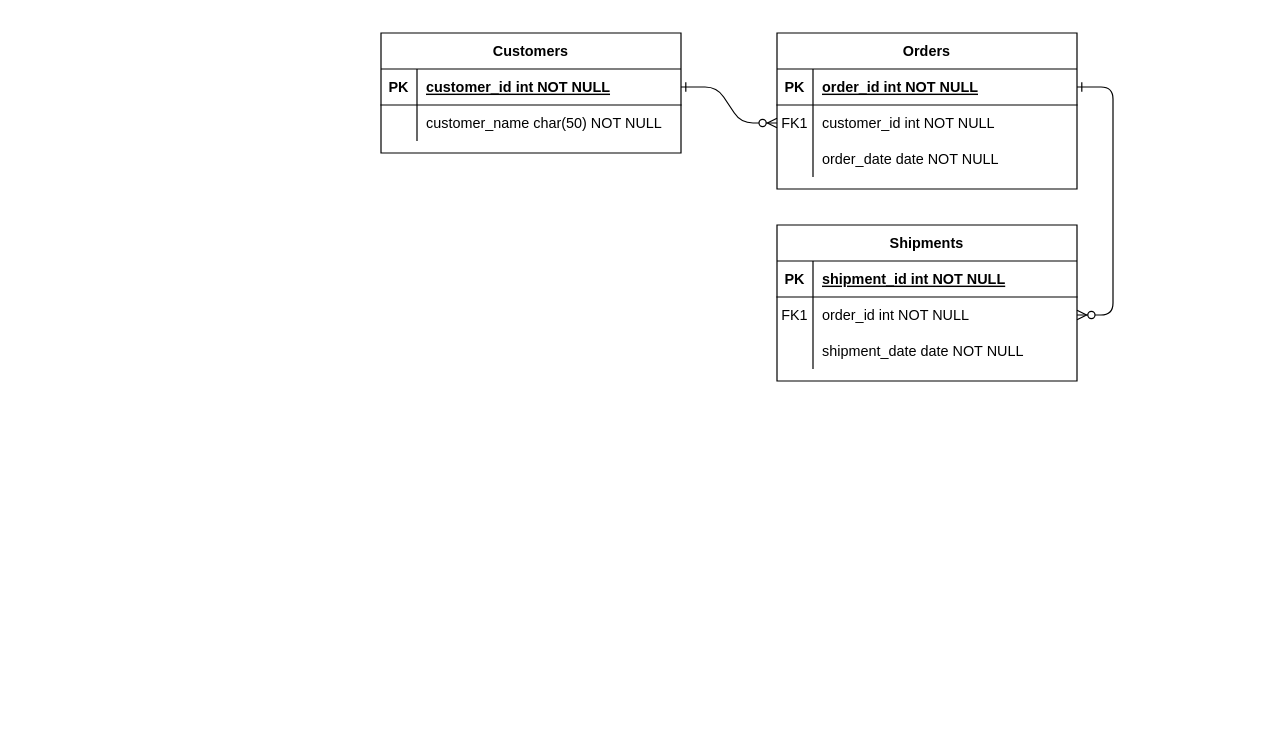
Before: assets/Untitled Diagram.drawio in JotaLopezNavas/Tarea-5-Clon, a draw.io diagram. Source tidied: cells renumbered, new cells numbered last; positions are measured from the earlier drawing's top-left corner, leaving out a move shared by most shapes. Both pictures are drawn from the tidied source at 120%, with x=0, y=0 at pixel (380, 32).
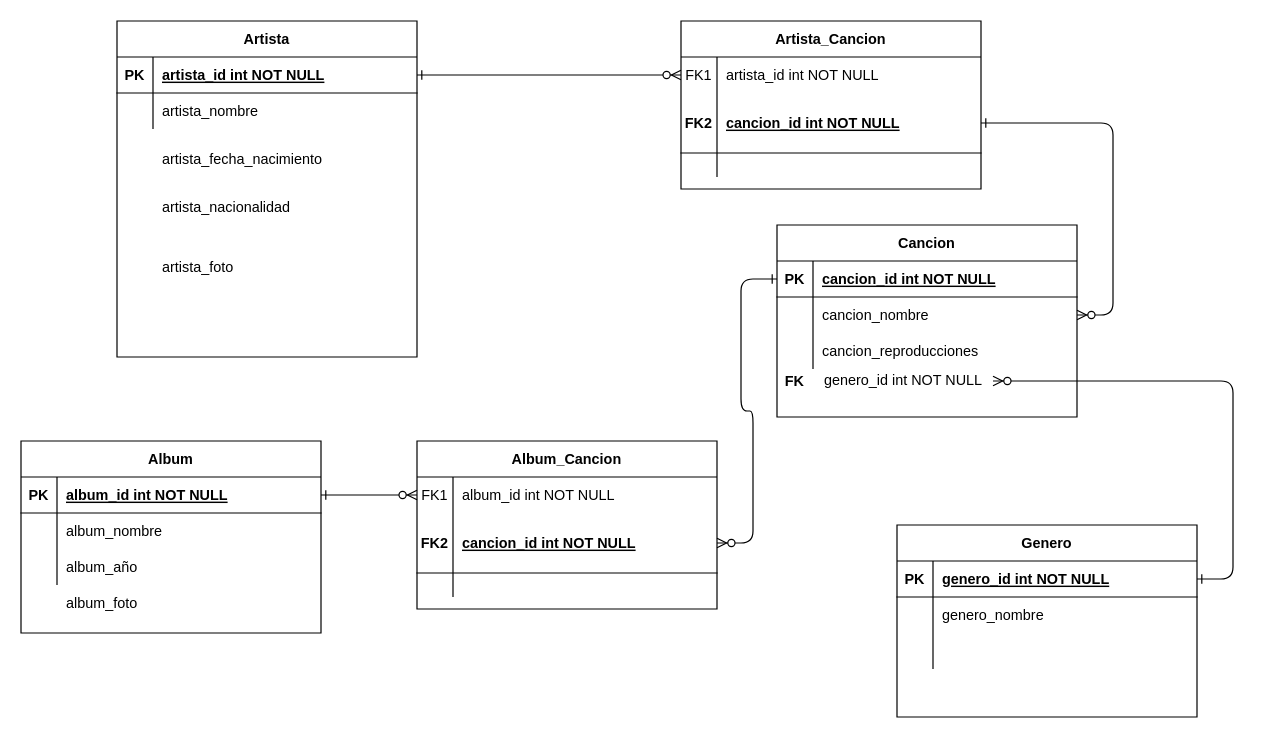
The same diagram, later.

The change refers to these unchanged cells:
```xml
<mxCell id="15" style="shape=partialRectangle;fillColor=none;points=[[0,0.5],[1,0.5]];portConstraint=eastwest;top=0;left=0;right=0;bottom=1;" parent="14" vertex="1">
  <mxGeometry y="30" width="250" height="30" as="geometry" />
</mxCell>
<mxCell id="18" style="shape=partialRectangle;fillColor=none;points=[[0,0.5],[1,0.5]];portConstraint=eastwest;top=0;left=0;right=0;bottom=0;" parent="14" vertex="1">
  <mxGeometry y="60" width="250" height="30" as="geometry" />
</mxCell>
<mxCell id="21" style="shape=partialRectangle;fillColor=none;top=0;left=0;right=0;bottom=0;" parent="14" vertex="1">
  <mxGeometry y="90" width="250" height="30" as="geometry" />
</mxCell>
<mxCell id="25" style="shape=partialRectangle;fillColor=none;points=[[0,0.5],[1,0.5]];portConstraint=eastwest;top=0;left=0;right=0;bottom=1;" parent="24" vertex="1">
  <mxGeometry y="30" width="250" height="30" as="geometry" />
</mxCell>
<mxCell id="28" style="shape=partialRectangle;fillColor=none;top=0;left=0;right=0;bottom=0;" parent="24" vertex="1">
  <mxGeometry y="60" width="250" height="30" as="geometry" />
</mxCell>
```

Diff of the diagram source:
```diff
@@
-    <mxCell id="4" value="Orders" style="shape=table;startSize=30;childLayout=tableLayout;rowLines=0;fontStyle=1;align=center;" parent="1" vertex="1">
-      <mxGeometry x="330" width="250" height="130" as="geometry" />
+    <mxCell id="4" value="Artista_Cancion" style="shape=table;startSize=30;childLayout=tableLayout;rowLines=0;fontStyle=1;align=center;" parent="1" vertex="1">
+      <mxGeometry x="250" y="-10" width="250" height="140" as="geometry" />
     </mxCell>
+    <mxCell id="8" style="shape=partialRectangle;fillColor=none;points=[[0,0.5],[1,0.5]];portConstraint=eastwest;top=0;left=0;right=0;bottom=0;" parent="4" vertex="1">
+      <mxGeometry y="30" width="250" height="30" as="geometry" />
+    </mxCell>
+    <mxCell id="9" value="FK1" style="shape=partialRectangle;overflow=hidden;fillColor=none;top=0;left=0;bottom=0;right=0;" parent="8" vertex="1">
+      <mxGeometry width="30" height="30" as="geometry" />
+    </mxCell>
+    <mxCell id="10" value="artista_id int NOT NULL" style="shape=partialRectangle;overflow=hidden;fillColor=none;top=0;left=0;bottom=0;right=0;align=left;spacingLeft=6;" parent="8" vertex="1">
+      <mxGeometry x="30" width="220" height="30" as="geometry" />
+    </mxCell>
     <mxCell id="5" style="shape=partialRectangle;fillColor=none;points=[[0,0.5],[1,0.5]];portConstraint=eastwest;top=0;left=0;right=0;bottom=1;" parent="4" vertex="1">
-      <mxGeometry y="30" width="250" height="30" as="geometry" />
+      <mxGeometry y="60" width="250" height="50" as="geometry" />
     </mxCell>
-    <mxCell id="6" value="PK" style="shape=partialRectangle;overflow=hidden;fillColor=none;top=0;left=0;bottom=0;right=0;fontStyle=1;" parent="5" vertex="1">
-      <mxGeometry width="30" height="30" as="geometry" />
+    <mxCell id="6" value="FK2" style="shape=partialRectangle;overflow=hidden;fillColor=none;top=0;left=0;bottom=0;right=0;fontStyle=1;" parent="5" vertex="1">
+      <mxGeometry width="30" height="50" as="geometry" />
     </mxCell>
-    <mxCell id="7" value="order_id int NOT NULL " style="shape=partialRectangle;overflow=hidden;fillColor=none;top=0;left=0;bottom=0;right=0;align=left;spacingLeft=6;fontStyle=5;" parent="5" vertex="1">
-      <mxGeometry x="30" width="220" height="30" as="geometry" />
+    <mxCell id="7" value="cancion_id int NOT NULL" style="shape=partialRectangle;overflow=hidden;fillColor=none;top=0;left=0;bottom=0;right=0;align=left;spacingLeft=6;fontStyle=5;" parent="5" vertex="1">
+      <mxGeometry x="30" width="220" height="50" as="geometry" />
     </mxCell>
-    <mxCell id="8" style="shape=partialRectangle;fillColor=none;points=[[0,0.5],[1,0.5]];portConstraint=eastwest;top=0;left=0;right=0;bottom=0;" parent="4" vertex="1">
-      <mxGeometry y="60" width="250" height="30" as="geometry" />
-    </mxCell>
-    <mxCell id="9" value="FK1" style="shape=partialRectangle;overflow=hidden;fillColor=none;top=0;left=0;bottom=0;right=0;" parent="8" vertex="1">
-      <mxGeometry width="30" height="30" as="geometry" />
-    </mxCell>
-    <mxCell id="10" value="customer_id int NOT NULL" style="shape=partialRectangle;overflow=hidden;fillColor=none;top=0;left=0;bottom=0;right=0;align=left;spacingLeft=6;" parent="8" vertex="1">
-      <mxGeometry x="30" width="220" height="30" as="geometry" />
-    </mxCell>
     <mxCell id="11" style="shape=partialRectangle;fillColor=none;top=0;left=0;right=0;bottom=0;" parent="4" vertex="1">
-      <mxGeometry y="90" width="250" height="30" as="geometry" />
+      <mxGeometry y="110" width="250" height="20" as="geometry" />
     </mxCell>
     <mxCell id="12" style="shape=partialRectangle;overflow=hidden;fillColor=none;top=0;left=0;bottom=0;right=0;" parent="11" vertex="1">
-      <mxGeometry width="30" height="30" as="geometry" />
+      <mxGeometry width="30" height="20" as="geometry" />
     </mxCell>
-    <mxCell id="13" value="order_date date NOT NULL" style="shape=partialRectangle;overflow=hidden;fillColor=none;top=0;left=0;bottom=0;right=0;align=left;spacingLeft=6;" parent="11" vertex="1">
-      <mxGeometry x="30" width="220" height="30" as="geometry" />
+    <mxCell id="13" style="shape=partialRectangle;overflow=hidden;fillColor=none;top=0;left=0;bottom=0;right=0;align=left;spacingLeft=6;" parent="11" vertex="1">
+      <mxGeometry x="30" width="220" height="20" as="geometry" />
     </mxCell>
-    <mxCell id="14" value="Shipments" style="shape=table;startSize=30;childLayout=tableLayout;rowLines=0;fontStyle=1;align=center;" parent="1" vertex="1">
-      <mxGeometry x="330" y="160" width="250" height="130" as="geometry" />
+    <mxCell id="14" value="Cancion" style="shape=table;startSize=30;childLayout=tableLayout;rowLines=0;fontStyle=1;align=center;" parent="1" vertex="1">
+      <mxGeometry x="330" y="160" width="250" height="160" as="geometry" />
     </mxCell>
@@
-    <mxCell id="17" value="shipment_id int NOT NULL " style="shape=partialRectangle;overflow=hidden;fillColor=none;top=0;left=0;bottom=0;right=0;align=left;spacingLeft=6;fontStyle=5;" parent="15" vertex="1">
+    <mxCell id="17" value="cancion_id int NOT NULL " style="shape=partialRectangle;overflow=hidden;fillColor=none;top=0;left=0;bottom=0;right=0;align=left;spacingLeft=6;fontStyle=5;" parent="15" vertex="1">
       <mxGeometry x="30" width="220" height="30" as="geometry" />
     </mxCell>
@@
-    <mxCell id="19" value="FK1" style="shape=partialRectangle;overflow=hidden;fillColor=none;top=0;left=0;bottom=0;right=0;" parent="18" vertex="1">
+    <mxCell id="19" style="shape=partialRectangle;overflow=hidden;fillColor=none;top=0;left=0;bottom=0;right=0;" parent="18" vertex="1">
       <mxGeometry width="30" height="30" as="geometry" />
     </mxCell>
-    <mxCell id="20" value="order_id int NOT NULL" style="shape=partialRectangle;overflow=hidden;fillColor=none;top=0;left=0;bottom=0;right=0;align=left;spacingLeft=6;" parent="18" vertex="1">
+    <mxCell id="20" value="cancion_nombre " style="shape=partialRectangle;overflow=hidden;fillColor=none;top=0;left=0;bottom=0;right=0;align=left;spacingLeft=6;" parent="18" vertex="1">
       <mxGeometry x="30" width="220" height="30" as="geometry" />
     </mxCell>
@@
-    <mxCell id="23" value="shipment_date date NOT NULL" style="shape=partialRectangle;overflow=hidden;fillColor=none;top=0;left=0;bottom=0;right=0;align=left;spacingLeft=6;" parent="21" vertex="1">
+    <mxCell id="23" value="cancion_reproducciones" style="shape=partialRectangle;overflow=hidden;fillColor=none;top=0;left=0;bottom=0;right=0;align=left;spacingLeft=6;" parent="21" vertex="1">
       <mxGeometry x="30" width="220" height="30" as="geometry" />
     </mxCell>
-    <mxCell id="24" value="Customers" style="shape=table;startSize=30;childLayout=tableLayout;rowLines=0;fontStyle=1;align=center;" parent="1" vertex="1">
-      <mxGeometry width="250" height="100" as="geometry" />
+    <mxCell id="24" value="Artista" style="shape=table;startSize=30;childLayout=tableLayout;rowLines=0;fontStyle=1;align=center;" parent="1" vertex="1">
+      <mxGeometry x="-220" y="-10" width="250" height="280" as="geometry" />
     </mxCell>
@@
-    <mxCell id="27" value="customer_id int NOT NULL " style="shape=partialRectangle;overflow=hidden;fillColor=none;top=0;left=0;bottom=0;right=0;align=left;spacingLeft=6;fontStyle=5;" parent="25" vertex="1">
+    <mxCell id="27" value="artista_id int NOT NULL" style="shape=partialRectangle;overflow=hidden;fillColor=none;top=0;left=0;bottom=0;right=0;align=left;spacingLeft=6;fontStyle=5;" parent="25" vertex="1">
       <mxGeometry x="30" width="220" height="30" as="geometry" />
     </mxCell>
@@
-    <mxCell id="30" value="customer_name char(50) NOT NULL" style="shape=partialRectangle;overflow=hidden;fillColor=none;top=0;left=0;bottom=0;right=0;align=left;spacingLeft=6;" parent="28" vertex="1">
+    <mxCell id="30" value="artista_nombre" style="shape=partialRectangle;overflow=hidden;fillColor=none;top=0;left=0;bottom=0;right=0;align=left;spacingLeft=6;" parent="28" vertex="1">
       <mxGeometry x="30" width="220" height="30" as="geometry" />
     </mxCell>
+    <mxCell id="31" value="artista_fecha_nacimiento" style="shape=partialRectangle;overflow=hidden;fillColor=none;top=0;left=0;bottom=0;right=0;align=left;spacingLeft=6;" parent="1" vertex="1">
+      <mxGeometry x="-190" y="90" width="220" height="30" as="geometry" />
+    </mxCell>
+    <mxCell id="32" value="artista_nacionalidad" style="shape=partialRectangle;overflow=hidden;fillColor=none;top=0;left=0;bottom=0;right=0;align=left;spacingLeft=6;" parent="1" vertex="1">
+      <mxGeometry x="-190" y="130" width="220" height="30" as="geometry" />
+    </mxCell>
+    <mxCell id="33" value="artista_foto" style="shape=partialRectangle;overflow=hidden;fillColor=none;top=0;left=0;bottom=0;right=0;align=left;spacingLeft=6;" parent="1" vertex="1">
+      <mxGeometry x="-190" y="180" width="220" height="30" as="geometry" />
+    </mxCell>
+    <mxCell id="34" value="&amp;nbsp; &amp;nbsp;genero_id int NOT NULL" style="text;html=1;align=center;verticalAlign=middle;points=[];" parent="1" vertex="1">
+      <mxGeometry x="350" y="280" width="160" height="20" as="geometry" />
+    </mxCell>
+    <mxCell id="35" value="FK" style="shape=partialRectangle;overflow=hidden;fillColor=none;top=0;left=0;bottom=0;right=0;fontStyle=1;" parent="1" vertex="1">
+      <mxGeometry x="330" y="275" width="30" height="30" as="geometry" />
+    </mxCell>
+    <mxCell id="36" value="Genero" style="shape=table;startSize=30;childLayout=tableLayout;rowLines=0;fontStyle=1;align=center;" parent="1" vertex="1">
+      <mxGeometry x="430" y="410" width="250" height="160" as="geometry" />
+    </mxCell>
+    <mxCell id="37" style="shape=partialRectangle;fillColor=none;points=[[0,0.5],[1,0.5]];portConstraint=eastwest;top=0;left=0;right=0;bottom=1;" parent="36" vertex="1">
+      <mxGeometry y="30" width="250" height="30" as="geometry" />
+    </mxCell>
+    <mxCell id="38" value="PK" style="shape=partialRectangle;overflow=hidden;fillColor=none;top=0;left=0;bottom=0;right=0;fontStyle=1;" parent="37" vertex="1">
+      <mxGeometry width="30" height="30" as="geometry" />
+    </mxCell>
+    <mxCell id="39" value="genero_id int NOT NULL " style="shape=partialRectangle;overflow=hidden;fillColor=none;top=0;left=0;bottom=0;right=0;align=left;spacingLeft=6;fontStyle=5;" parent="37" vertex="1">
+      <mxGeometry x="30" width="220" height="30" as="geometry" />
+    </mxCell>
+    <mxCell id="40" style="shape=partialRectangle;fillColor=none;top=0;left=0;right=0;bottom=0;" parent="36" vertex="1">
+      <mxGeometry y="60" width="250" height="30" as="geometry" />
+    </mxCell>
+    <mxCell id="41" style="shape=partialRectangle;overflow=hidden;fillColor=none;top=0;left=0;bottom=0;right=0;" parent="40" vertex="1">
+      <mxGeometry width="30" height="30" as="geometry" />
+    </mxCell>
+    <mxCell id="42" value="genero_nombre " style="shape=partialRectangle;overflow=hidden;fillColor=none;top=0;left=0;bottom=0;right=0;align=left;spacingLeft=6;" parent="40" vertex="1">
+      <mxGeometry x="30" width="220" height="30" as="geometry" />
+    </mxCell>
+    <mxCell id="43" style="shape=partialRectangle;fillColor=none;top=0;left=0;right=0;bottom=0;" parent="36" vertex="1">
+      <mxGeometry y="90" width="250" height="30" as="geometry" />
+    </mxCell>
+    <mxCell id="44" style="shape=partialRectangle;overflow=hidden;fillColor=none;top=0;left=0;bottom=0;right=0;" parent="43" vertex="1">
+      <mxGeometry width="30" height="30" as="geometry" />
+    </mxCell>
+    <mxCell id="45" style="shape=partialRectangle;overflow=hidden;fillColor=none;top=0;left=0;bottom=0;right=0;align=left;spacingLeft=6;" parent="43" vertex="1">
+      <mxGeometry x="30" width="220" height="30" as="geometry" />
+    </mxCell>
+    <mxCell id="46" style="edgeStyle=entityRelationEdgeStyle;endArrow=ERzeroToMany;startArrow=ERone;endFill=1;startFill=0;" parent="1" edge="1" source="37" target="34">
+      <mxGeometry relative="1" as="geometry" />
+    </mxCell>
+    <mxCell id="47" value="Album" style="shape=table;startSize=30;childLayout=tableLayout;rowLines=0;fontStyle=1;align=center;" parent="1" vertex="1">
+      <mxGeometry x="-300" y="340" width="250" height="160" as="geometry" />
+    </mxCell>
+    <mxCell id="48" style="shape=partialRectangle;fillColor=none;points=[[0,0.5],[1,0.5]];portConstraint=eastwest;top=0;left=0;right=0;bottom=1;" parent="47" vertex="1">
+      <mxGeometry y="30" width="250" height="30" as="geometry" />
+    </mxCell>
+    <mxCell id="49" value="PK" style="shape=partialRectangle;overflow=hidden;fillColor=none;top=0;left=0;bottom=0;right=0;fontStyle=1;" parent="48" vertex="1">
+      <mxGeometry width="30" height="30" as="geometry" />
+    </mxCell>
+    <mxCell id="50" value="album_id int NOT NULL " style="shape=partialRectangle;overflow=hidden;fillColor=none;top=0;left=0;bottom=0;right=0;align=left;spacingLeft=6;fontStyle=5;" parent="48" vertex="1">
+      <mxGeometry x="30" width="220" height="30" as="geometry" />
+    </mxCell>
+    <mxCell id="51" style="shape=partialRectangle;fillColor=none;top=0;left=0;right=0;bottom=0;" parent="47" vertex="1">
+      <mxGeometry y="60" width="250" height="30" as="geometry" />
+    </mxCell>
+    <mxCell id="52" style="shape=partialRectangle;overflow=hidden;fillColor=none;top=0;left=0;bottom=0;right=0;" parent="51" vertex="1">
+      <mxGeometry width="30" height="30" as="geometry" />
+    </mxCell>
+    <mxCell id="53" value="album_nombre " style="shape=partialRectangle;overflow=hidden;fillColor=none;top=0;left=0;bottom=0;right=0;align=left;spacingLeft=6;" parent="51" vertex="1">
+      <mxGeometry x="30" width="220" height="30" as="geometry" />
+    </mxCell>
+    <mxCell id="54" style="shape=partialRectangle;fillColor=none;top=0;left=0;right=0;bottom=0;" parent="47" vertex="1">
+      <mxGeometry y="90" width="250" height="30" as="geometry" />
+    </mxCell>
+    <mxCell id="55" style="shape=partialRectangle;overflow=hidden;fillColor=none;top=0;left=0;bottom=0;right=0;" parent="54" vertex="1">
+      <mxGeometry width="30" height="30" as="geometry" />
+    </mxCell>
+    <mxCell id="56" style="shape=partialRectangle;overflow=hidden;fillColor=none;top=0;left=0;bottom=0;right=0;align=left;spacingLeft=6;" parent="54" vertex="1">
+      <mxGeometry x="30" width="220" height="30" as="geometry" />
+    </mxCell>
+    <mxCell id="57" value="album_año " style="shape=partialRectangle;overflow=hidden;fillColor=none;top=0;left=0;bottom=0;right=0;align=left;spacingLeft=6;" parent="1" vertex="1">
+      <mxGeometry x="-270" y="430" width="220" height="30" as="geometry" />
+    </mxCell>
+    <mxCell id="58" value="album_foto " style="shape=partialRectangle;overflow=hidden;fillColor=none;top=0;left=0;bottom=0;right=0;align=left;spacingLeft=6;" parent="1" vertex="1">
+      <mxGeometry x="-270" y="460" width="220" height="30" as="geometry" />
+    </mxCell>
+    <mxCell id="59" value="Album_Cancion" style="shape=table;startSize=30;childLayout=tableLayout;rowLines=0;fontStyle=1;align=center;" parent="1" vertex="1">
+      <mxGeometry x="30" y="340" width="250" height="140" as="geometry" />
+    </mxCell>
+    <mxCell id="60" style="shape=partialRectangle;fillColor=none;points=[[0,0.5],[1,0.5]];portConstraint=eastwest;top=0;left=0;right=0;bottom=0;" parent="59" vertex="1">
+      <mxGeometry y="30" width="250" height="30" as="geometry" />
+    </mxCell>
+    <mxCell id="61" value="FK1" style="shape=partialRectangle;overflow=hidden;fillColor=none;top=0;left=0;bottom=0;right=0;" parent="60" vertex="1">
+      <mxGeometry width="30" height="30" as="geometry" />
+    </mxCell>
+    <mxCell id="62" value="album_id int NOT NULL" style="shape=partialRectangle;overflow=hidden;fillColor=none;top=0;left=0;bottom=0;right=0;align=left;spacingLeft=6;" parent="60" vertex="1">
+      <mxGeometry x="30" width="220" height="30" as="geometry" />
+    </mxCell>
+    <mxCell id="63" style="shape=partialRectangle;fillColor=none;points=[[0,0.5],[1,0.5]];portConstraint=eastwest;top=0;left=0;right=0;bottom=1;" parent="59" vertex="1">
+      <mxGeometry y="60" width="250" height="50" as="geometry" />
+    </mxCell>
+    <mxCell id="64" value="FK2" style="shape=partialRectangle;overflow=hidden;fillColor=none;top=0;left=0;bottom=0;right=0;fontStyle=1;" parent="63" vertex="1">
+      <mxGeometry width="30" height="50" as="geometry" />
+    </mxCell>
+    <mxCell id="65" value="cancion_id int NOT NULL" style="shape=partialRectangle;overflow=hidden;fillColor=none;top=0;left=0;bottom=0;right=0;align=left;spacingLeft=6;fontStyle=5;" parent="63" vertex="1">
+      <mxGeometry x="30" width="220" height="50" as="geometry" />
+    </mxCell>
+    <mxCell id="66" style="shape=partialRectangle;fillColor=none;top=0;left=0;right=0;bottom=0;" parent="59" vertex="1">
+      <mxGeometry y="110" width="250" height="20" as="geometry" />
+    </mxCell>
+    <mxCell id="67" style="shape=partialRectangle;overflow=hidden;fillColor=none;top=0;left=0;bottom=0;right=0;" parent="66" vertex="1">
+      <mxGeometry width="30" height="20" as="geometry" />
+    </mxCell>
+    <mxCell id="68" style="shape=partialRectangle;overflow=hidden;fillColor=none;top=0;left=0;bottom=0;right=0;align=left;spacingLeft=6;" parent="66" vertex="1">
+      <mxGeometry x="30" width="220" height="20" as="geometry" />
+    </mxCell>
+    <mxCell id="69" style="edgeStyle=entityRelationEdgeStyle;endArrow=ERzeroToMany;startArrow=ERone;endFill=1;startFill=0;exitX=1;exitY=0.5;exitDx=0;exitDy=0;entryX=0;entryY=0.5;entryDx=0;entryDy=0;" parent="1" edge="1" source="48" target="60">
+      <mxGeometry relative="1" as="geometry" />
+    </mxCell>
+    <mxCell id="70" style="edgeStyle=entityRelationEdgeStyle;endArrow=ERzeroToMany;startArrow=ERone;endFill=1;startFill=0;entryX=1;entryY=0.5;entryDx=0;entryDy=0;" parent="1" edge="1" source="15" target="63">
+      <mxGeometry relative="1" as="geometry" />
+    </mxCell>
```
